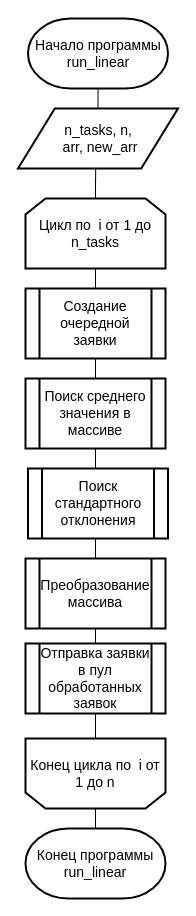
Earlier version of the draw.io diagram lab5/report/inc/img/linear.drawio (alena-zayts/BMSTU_5sem_analysis_of_algorithms). Source tidied: cells renumbered, new cells numbered last; positions are measured from the earlier drawing's top-left corner, leaving out a move shared by most shapes. Both pictures are drawn from the tidied source at 100%, with x=0, y=0 at pixel (17, 18).
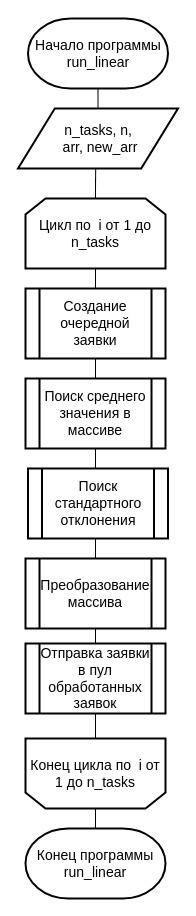
After the change.

The edit, as a diff of the source:
```diff
@@
 <mxGraphModel>
   <root>
     <mxCell id="0" />
     <mxCell id="1" parent="0" />
     <mxCell id="2" style="edgeStyle=orthogonalEdgeStyle;rounded=0;jettySize=auto;html=1;exitX=0.5;exitY=0;exitDx=0;exitDy=0;exitPerimeter=0;entryX=0.5;entryY=1;entryDx=0;entryDy=0;entryPerimeter=0;endArrow=none;endFill=0;" parent="1" edge="1" source="5" target="15">
       <mxGeometry relative="1" as="geometry" />
     </mxCell>
     <mxCell id="3" style="edgeStyle=orthogonalEdgeStyle;rounded=0;jettySize=auto;html=1;exitX=0.5;exitY=0;exitDx=0;exitDy=0;exitPerimeter=0;entryX=0.5;entryY=1;entryDx=0;entryDy=0;entryPerimeter=0;endArrow=none;endFill=0;" parent="1" edge="1" source="15">
       <mxGeometry relative="1" as="geometry">
         <mxPoint x="78" y="160" as="targetPoint" />
       </mxGeometry>
     </mxCell>
     <mxCell id="4" style="edgeStyle=orthogonalEdgeStyle;rounded=0;jettySize=auto;html=1;exitX=0.5;exitY=0;exitDx=0;exitDy=0;exitPerimeter=0;entryX=0.5;entryY=1;entryDx=0;entryDy=0;entryPerimeter=0;endArrow=none;endFill=0;" parent="1" edge="1" target="6">
       <mxGeometry relative="1" as="geometry">
         <mxPoint x="78" y="170" as="sourcePoint" />
       </mxGeometry>
     </mxCell>
     <mxCell id="5" value="Конец программы run_linear" style="strokeWidth=2;html=1;shape=mxgraph.flowchart.terminator;whiteSpace=wrap;fontSize=14;" parent="1" vertex="1">
       <mxGeometry x="8" y="810" width="140" height="70" as="geometry" />
     </mxCell>
     <mxCell id="6" value="&lt;font style=&quot;font-size: 14px&quot;&gt;Начало программы run_linear&lt;/font&gt;" style="strokeWidth=2;html=1;shape=mxgraph.flowchart.terminator;whiteSpace=wrap;fontSize=14;fontFamily=Helvetica;" parent="1" vertex="1">
       <mxGeometry x="10.5" width="140" height="70" as="geometry" />
     </mxCell>
     <mxCell id="7" style="edgeStyle=orthogonalEdgeStyle;rounded=0;orthogonalLoop=1;jettySize=auto;html=1;exitX=0.5;exitY=1;exitDx=0;exitDy=0;exitPerimeter=0;entryX=0.5;entryY=1;entryDx=0;entryDy=0;endArrow=none;endFill=0;" parent="1" edge="1">
       <mxGeometry relative="1" as="geometry">
         <mxPoint x="85.5" y="850" as="sourcePoint" />
         <mxPoint x="85.5" y="850" as="targetPoint" />
       </mxGeometry>
     </mxCell>
     <mxCell id="8" value="&lt;span style=&quot;font-size: 14px&quot;&gt;Цикл по&amp;nbsp; i от 1 до n_tasks&lt;/span&gt;" style="shape=loopLimit;whiteSpace=wrap;html=1;strokeWidth=2;" parent="1" vertex="1">
       <mxGeometry x="8" y="180" width="140" height="70" as="geometry" />
     </mxCell>
-    <mxCell id="9" value="&lt;span style=&quot;font-size: 14px&quot;&gt;Конец цикла&amp;nbsp;&lt;/span&gt;&lt;span style=&quot;font-size: 14px&quot;&gt;по&amp;nbsp; i от 1 до n&lt;/span&gt;" style="shape=loopLimit;whiteSpace=wrap;html=1;strokeWidth=2;direction=west;" parent="1" vertex="1">
+    <mxCell id="9" value="&lt;span style=&quot;font-size: 14px&quot;&gt;Конец цикла&amp;nbsp;&lt;/span&gt;&lt;span style=&quot;font-size: 14px&quot;&gt;по&amp;nbsp; i от 1 до n_tasks&lt;/span&gt;" style="shape=loopLimit;whiteSpace=wrap;html=1;strokeWidth=2;direction=west;" parent="1" vertex="1">
       <mxGeometry x="8" y="720" width="140" height="70" as="geometry" />
     </mxCell>
     <mxCell id="10" value="&lt;span style=&quot;font-size: 14px&quot;&gt;n_tasks, n,&lt;br&gt;&amp;nbsp;arr, new_arr&lt;/span&gt;" style="shape=parallelogram;html=1;strokeWidth=2;perimeter=parallelogramPerimeter;whiteSpace=wrap;rounded=0;arcSize=12;size=0.23;fontSize=13;" parent="1" vertex="1">
       <mxGeometry x="0.5" y="90" width="160" height="60" as="geometry" />
     </mxCell>
     <mxCell id="11" value="Преобразование массива" style="shape=process;whiteSpace=wrap;html=1;backgroundOutline=1;strokeWidth=2;fontSize=14;" parent="1" vertex="1">
       <mxGeometry x="8" y="540" width="140" height="70" as="geometry" />
     </mxCell>
     <mxCell id="12" value="Поиск стандартного отклонения" style="shape=process;whiteSpace=wrap;html=1;backgroundOutline=1;strokeWidth=2;fontSize=14;" parent="1" vertex="1">
       <mxGeometry x="10.5" y="450" width="140" height="70" as="geometry" />
     </mxCell>
     <mxCell id="13" value="Поиск среднего значения в массиве" style="shape=process;whiteSpace=wrap;html=1;backgroundOutline=1;strokeWidth=2;fontSize=14;" parent="1" vertex="1">
       <mxGeometry x="8" y="360" width="140" height="70" as="geometry" />
     </mxCell>
     <mxCell id="14" value="Создание очередной заявки" style="shape=process;whiteSpace=wrap;html=1;backgroundOutline=1;strokeWidth=2;fontSize=14;" parent="1" vertex="1">
       <mxGeometry x="8" y="270" width="140" height="70" as="geometry" />
     </mxCell>
     <mxCell id="15" value="Отправка заявки в пул обработанных заявок" style="shape=process;whiteSpace=wrap;html=1;backgroundOutline=1;strokeWidth=2;fontSize=14;" parent="1" vertex="1">
       <mxGeometry x="8" y="625" width="140" height="70" as="geometry" />
     </mxCell>
   </root>
 </mxGraphModel>
```
